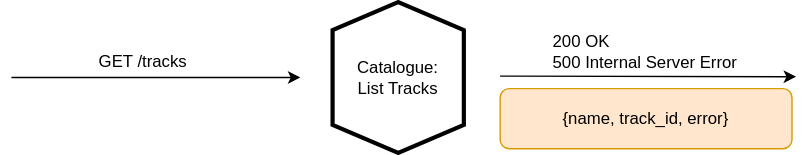
Above: design/catalogue-list-tracks.drawio.svg in milesmfe/Shamzam (draw.io), before the change. Source tidied: cells renumbered, new cells last; positions are measured from the earlier drawing's top-left corner, leaving out a move shared by most shapes.
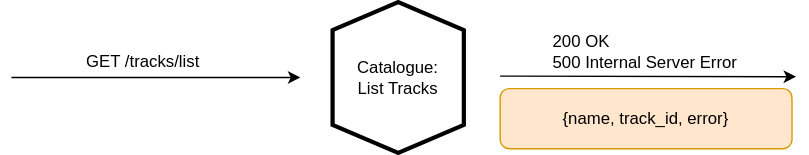
After the commit.

What changed in the source:
```diff
@@ -17,8 +17,8 @@
         <mxPoint x="562" y="46.4" as="targetPoint" />
       </mxGeometry>
     </mxCell>
-    <mxCell id="5" value="GET /tracks" style="text;html=1;align=center;verticalAlign=middle;strokeColor=none;fillColor=none;" parent="1" vertex="1">
-      <mxGeometry x="53" y="23" width="81" height="26" as="geometry" />
+    <mxCell id="5" value="GET /tracks/list" style="text;html=1;align=center;verticalAlign=middle;strokeColor=none;fillColor=none;" parent="1" vertex="1">
+      <mxGeometry x="44" y="23" width="99" height="26" as="geometry" />
     </mxCell>
     <mxCell id="6" value="200 OK&lt;div&gt;&lt;span style=&quot;background-color: transparent; color: light-dark(rgb(0, 0, 0), rgb(255, 255, 255));&quot;&gt;500 Internal Server Error&lt;/span&gt;&lt;/div&gt;" style="text;html=1;align=left;verticalAlign=middle;strokeColor=none;fillColor=none;" parent="1" vertex="1">
       <mxGeometry x="386" y="8" width="150" height="41" as="geometry" />
```
